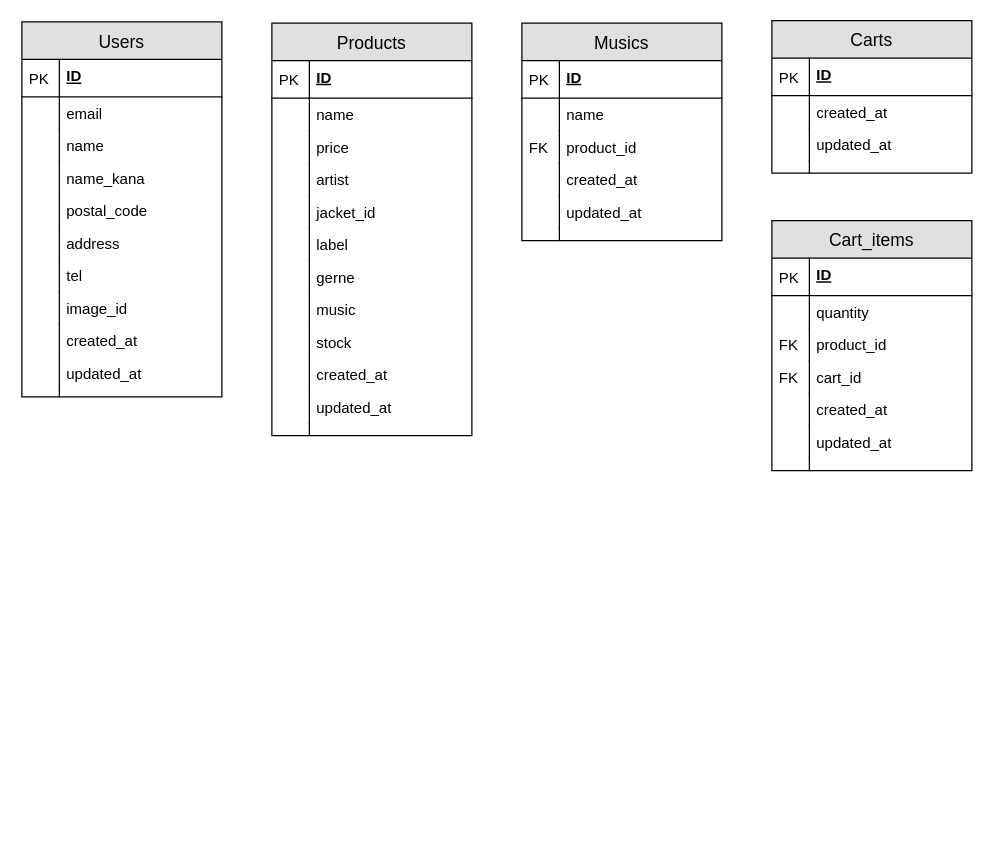
Before: Design/ER図.drawio in saezurucrow/ec-site, a draw.io diagram. Source tidied: cells renumbered, new cells numbered last; positions are measured from the earlier drawing's top-left corner, leaving out a move shared by most shapes. Both pictures are drawn from the tidied source at 125%, with x=0, y=0 at pixel (21, 20).
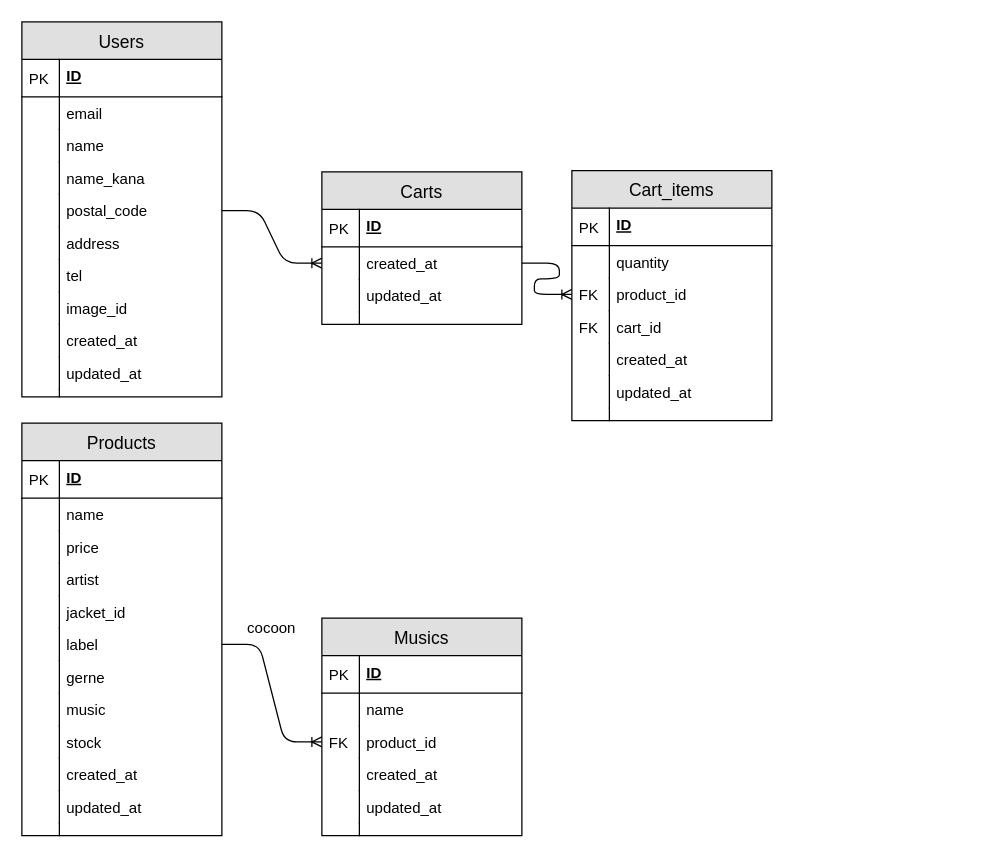
After the change.

The change refers to these unchanged cells:
```xml
<mxCell id="11" value="postal_code" style="shape=partialRectangle;top=0;left=0;right=0;bottom=0;align=left;verticalAlign=top;fillColor=none;spacingLeft=34;spacingRight=4;overflow=hidden;points=[[0,0.5],[1,0.5]];portConstraint=eastwest;fontSize=12;" parent="2" vertex="1">
  <mxGeometry y="138" width="160" height="26" as="geometry" />
</mxCell>
<mxCell id="36" value="label" style="shape=partialRectangle;top=0;left=0;right=0;bottom=0;align=left;verticalAlign=top;fillColor=none;spacingLeft=34;spacingRight=4;overflow=hidden;points=[[0,0.5],[1,0.5]];portConstraint=eastwest;fontSize=12;" parent="25" vertex="1">
  <mxGeometry y="164" width="160" height="26" as="geometry" />
</mxCell>
<mxCell id="55" value="product_id" style="shape=partialRectangle;top=0;left=0;right=0;bottom=0;align=left;verticalAlign=top;fillColor=none;spacingLeft=34;spacingRight=4;overflow=hidden;points=[[0,0.5],[1,0.5]];portConstraint=eastwest;fontSize=12;" parent="50" vertex="1">
  <mxGeometry y="86" width="160" height="26" as="geometry" />
</mxCell>
<mxCell id="66" value="created_at" style="shape=partialRectangle;top=0;left=0;right=0;bottom=0;align=left;verticalAlign=top;fillColor=none;spacingLeft=34;spacingRight=4;overflow=hidden;points=[[0,0.5],[1,0.5]];portConstraint=eastwest;fontSize=12;" parent="63" vertex="1">
  <mxGeometry y="60" width="160" height="26" as="geometry" />
</mxCell>
<mxCell id="77" value="product_id" style="shape=partialRectangle;top=0;left=0;right=0;bottom=0;align=left;verticalAlign=top;fillColor=none;spacingLeft=34;spacingRight=4;overflow=hidden;points=[[0,0.5],[1,0.5]];portConstraint=eastwest;fontSize=12;" parent="72" vertex="1">
  <mxGeometry y="86" width="160" height="26" as="geometry" />
</mxCell>
```

Diff of the diagram source:
```diff
@@
     <mxCell id="25" value="Products" style="swimlane;fontStyle=0;horizontal=1;startSize=30;fillColor=#e0e0e0;swimlaneFillColor=#ffffff;align=center;fontSize=14;" parent="1" vertex="1">
-      <mxGeometry x="200" y="2" width="160" height="330" as="geometry" />
+      <mxGeometry y="322" width="160" height="330" as="geometry" />
     </mxCell>
@@
     <mxCell id="50" value="Musics" style="swimlane;fontStyle=0;horizontal=1;startSize=30;fillColor=#e0e0e0;swimlaneFillColor=#ffffff;align=center;fontSize=14;" parent="1" vertex="1">
-      <mxGeometry x="400" y="2" width="160" height="174" as="geometry" />
+      <mxGeometry x="240" y="478" width="160" height="174" as="geometry" />
     </mxCell>
@@
     <mxCell id="63" value="Carts" style="swimlane;fontStyle=0;horizontal=1;startSize=30;fillColor=#e0e0e0;swimlaneFillColor=#ffffff;align=center;fontSize=14;" parent="1" vertex="1">
-      <mxGeometry x="600" width="160" height="122" as="geometry" />
+      <mxGeometry x="240" y="121" width="160" height="122" as="geometry" />
     </mxCell>
@@
     <mxCell id="72" value="Cart_items" style="swimlane;fontStyle=0;horizontal=1;startSize=30;fillColor=#e0e0e0;swimlaneFillColor=#ffffff;align=center;fontSize=14;" parent="1" vertex="1">
-      <mxGeometry x="600" y="160" width="160" height="200" as="geometry" />
+      <mxGeometry x="440" y="120" width="160" height="200" as="geometry" />
     </mxCell>
@@
+    <mxCell id="87" style="edgeStyle=entityRelationEdgeStyle;fontSize=12;html=1;endArrow=ERoneToMany;entryX=0;entryY=0.5;entryDx=0;entryDy=0;exitX=1;exitY=0.5;exitDx=0;exitDy=0;" parent="1" edge="1" source="36" target="55">
+      <mxGeometry relative="1" as="geometry" />
+    </mxCell>
+    <mxCell id="88" style="edgeStyle=entityRelationEdgeStyle;fontSize=12;html=1;endArrow=ERoneToMany;entryX=0;entryY=0.5;entryDx=0;entryDy=0;exitX=1;exitY=0.5;exitDx=0;exitDy=0;" parent="1" edge="1" source="66" target="77">
+      <mxGeometry relative="1" as="geometry" />
+    </mxCell>
+    <mxCell id="89" style="edgeStyle=entityRelationEdgeStyle;fontSize=12;html=1;endArrow=ERoneToMany;entryX=0;entryY=0.5;entryDx=0;entryDy=0;exitX=1;exitY=0.5;exitDx=0;exitDy=0;" parent="1" edge="1" source="11" target="66">
+      <mxGeometry relative="1" as="geometry" />
+    </mxCell>
+    <mxCell id="90" value="cocoon" style="text;html=1;strokeColor=none;fillColor=none;align=center;verticalAlign=middle;whiteSpace=wrap;rounded=0;" parent="1" vertex="1">
+      <mxGeometry x="180" y="476" width="40" height="20" as="geometry" />
+    </mxCell>
```
